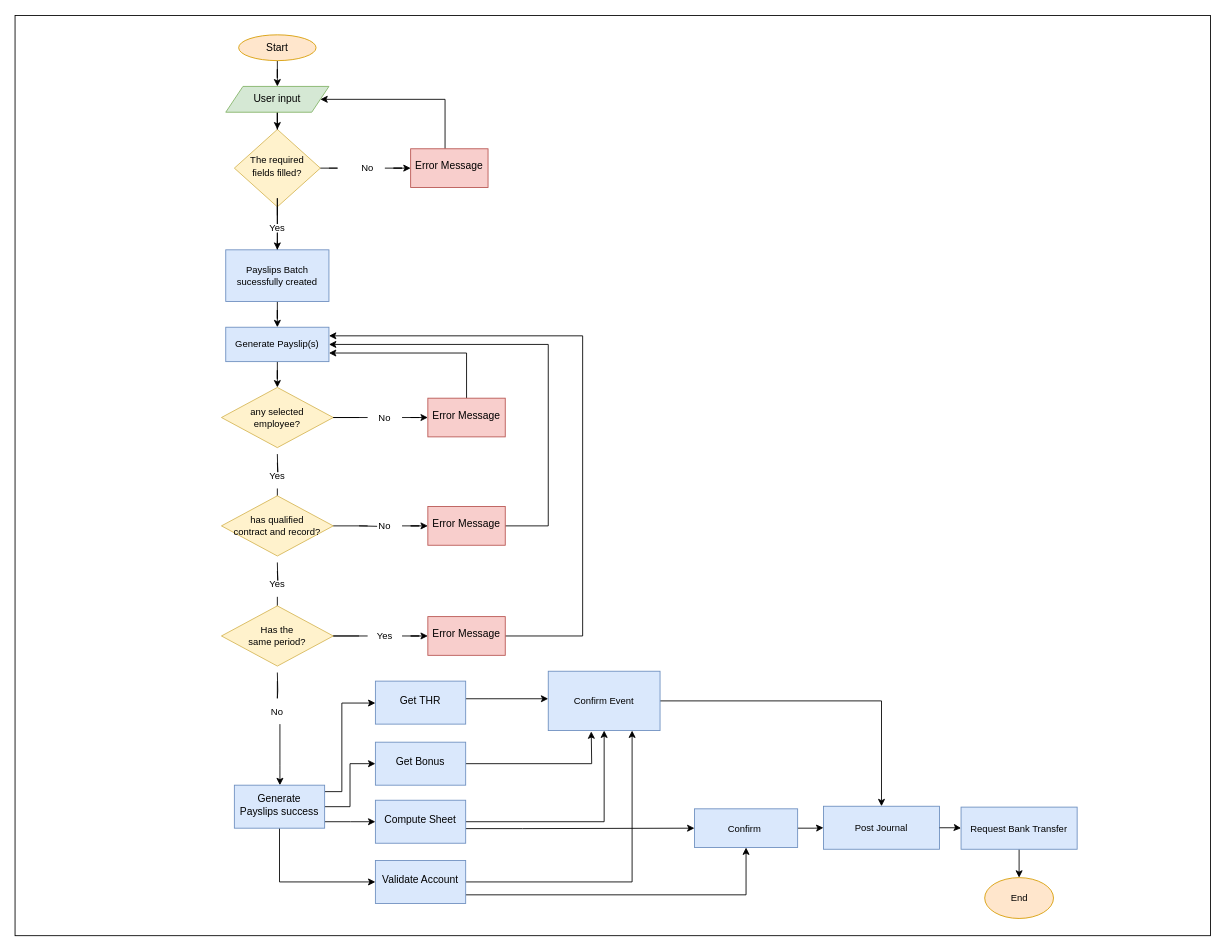
Earlier version of the draw.io diagram flow-pb.drawio (jezreelkosasih/diagram). Source tidied: cells renumbered, new cells numbered last; positions are measured from the earlier drawing's top-left corner, leaving out a move shared by most shapes. Both pictures are drawn from the tidied source at 86%, with x=0, y=0 at pixel (15, 15).
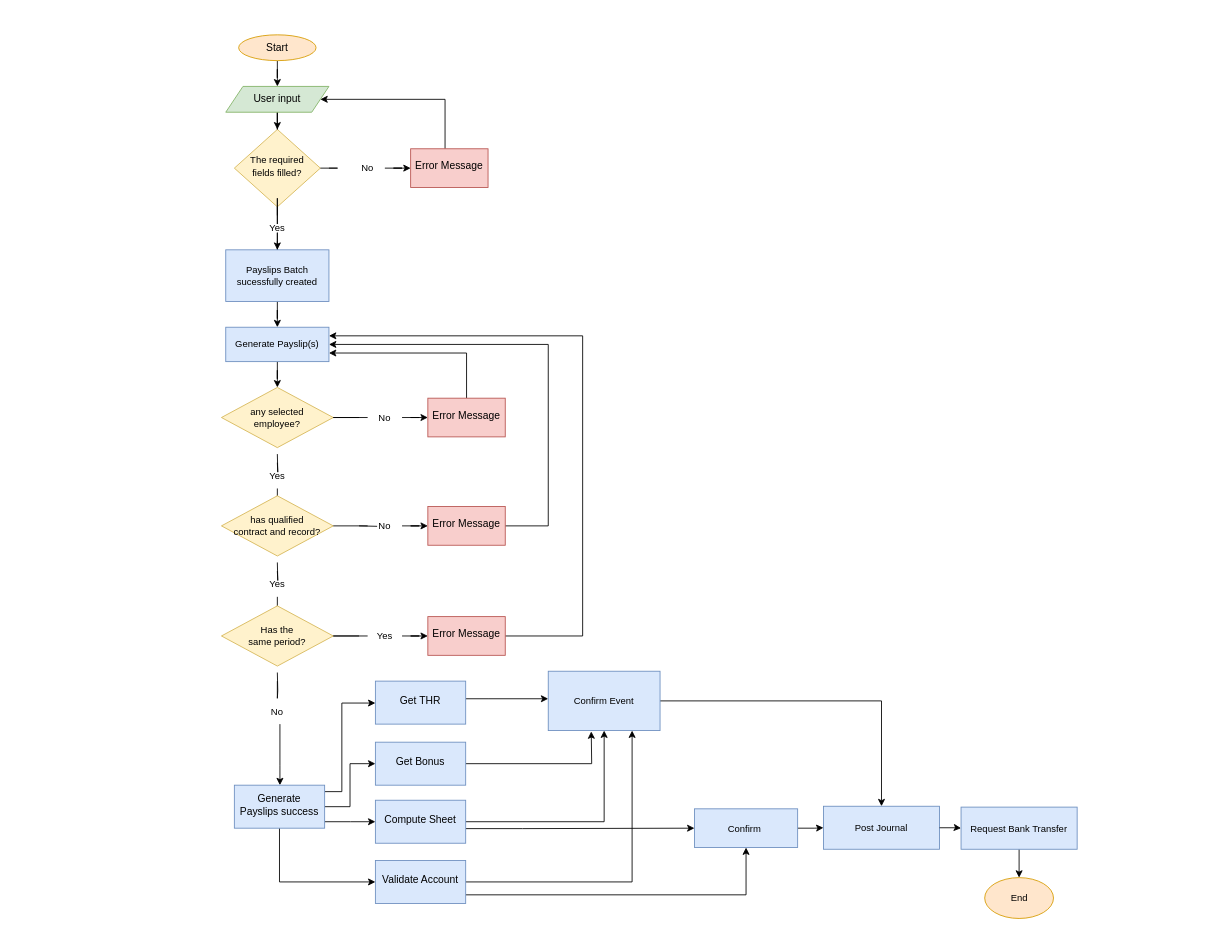
After the change.

Change to the diagram source:
```diff
@@
-    <mxCell id="51" style="rounded=0;whiteSpace=wrap;html=1;fontSize=11;fillColor=none;" parent="1" vertex="1">
-      <mxGeometry y="-0.5" width="1390" height="1070" as="geometry" />
-    </mxCell>
```
